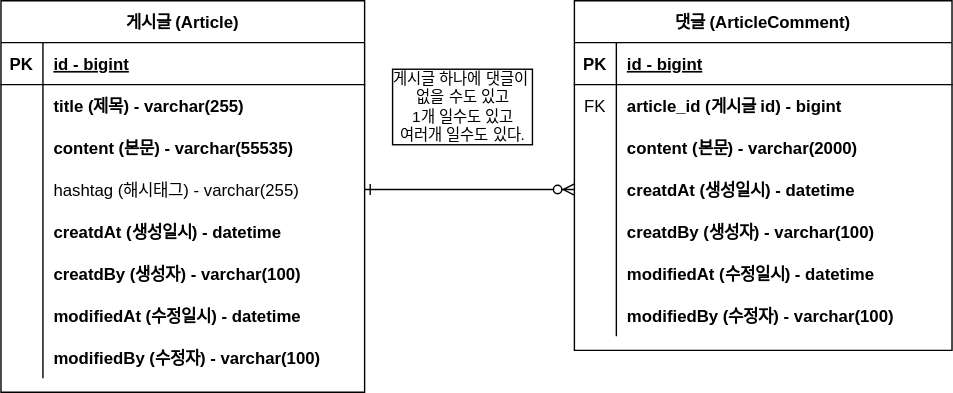
Earlier version of the draw.io export document/project-board-end.svg (jangjh45/project_board). Source tidied: cells renumbered, new cells last; positions are measured from the earlier drawing's top-left corner, leaving out a move shared by most shapes.
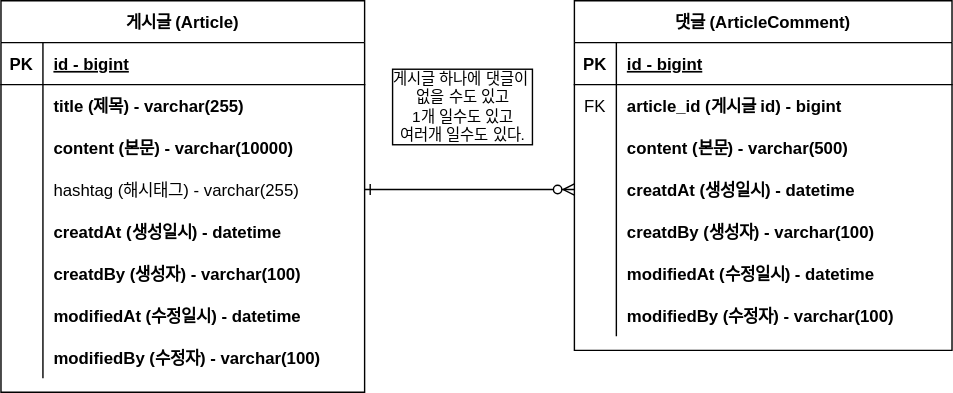
After the change.

Commit message:
#14- end 업데이트 : content 사이즈 변경.svg

What changed in the source:
```diff
@@ -39,7 +39,7 @@
     <mxCell id="12" style="shape=partialRectangle;overflow=hidden;fillColor=none;top=0;left=0;bottom=0;right=0;" parent="11" vertex="1">
       <mxGeometry width="30" height="30" as="geometry" />
     </mxCell>
-    <mxCell id="13" value="content (본문) - varchar(55535)" style="shape=partialRectangle;overflow=hidden;fillColor=none;top=0;left=0;bottom=0;right=0;align=left;spacingLeft=6;fontStyle=1;" parent="11" vertex="1">
+    <mxCell id="13" value="content (본문) - varchar(10000)" style="shape=partialRectangle;overflow=hidden;fillColor=none;top=0;left=0;bottom=0;right=0;align=left;spacingLeft=6;fontStyle=1;" parent="11" vertex="1">
       <mxGeometry x="30" width="230" height="30" as="geometry" />
     </mxCell>
     <mxCell id="14" style="shape=partialRectangle;fillColor=none;points=[[0,0.5],[1,0.5]];portConstraint=eastwest;top=0;left=0;right=0;bottom=0;" parent="4" vertex="1">
@@ -114,7 +114,7 @@
     <mxCell id="37" style="shape=partialRectangle;overflow=hidden;fillColor=none;top=0;left=0;bottom=0;right=0;" parent="36" vertex="1">
       <mxGeometry width="30" height="30" as="geometry" />
     </mxCell>
-    <mxCell id="38" value="content (본문) - varchar(2000)" style="shape=partialRectangle;overflow=hidden;fillColor=none;top=0;left=0;bottom=0;right=0;align=left;spacingLeft=6;fontStyle=1;" parent="36" vertex="1">
+    <mxCell id="38" value="content (본문) - varchar(500)" style="shape=partialRectangle;overflow=hidden;fillColor=none;top=0;left=0;bottom=0;right=0;align=left;spacingLeft=6;fontStyle=1;" parent="36" vertex="1">
       <mxGeometry x="30" width="240" height="30" as="geometry" />
     </mxCell>
     <mxCell id="39" style="shape=partialRectangle;fillColor=none;top=0;left=0;right=0;bottom=0;" parent="29" vertex="1">
```
